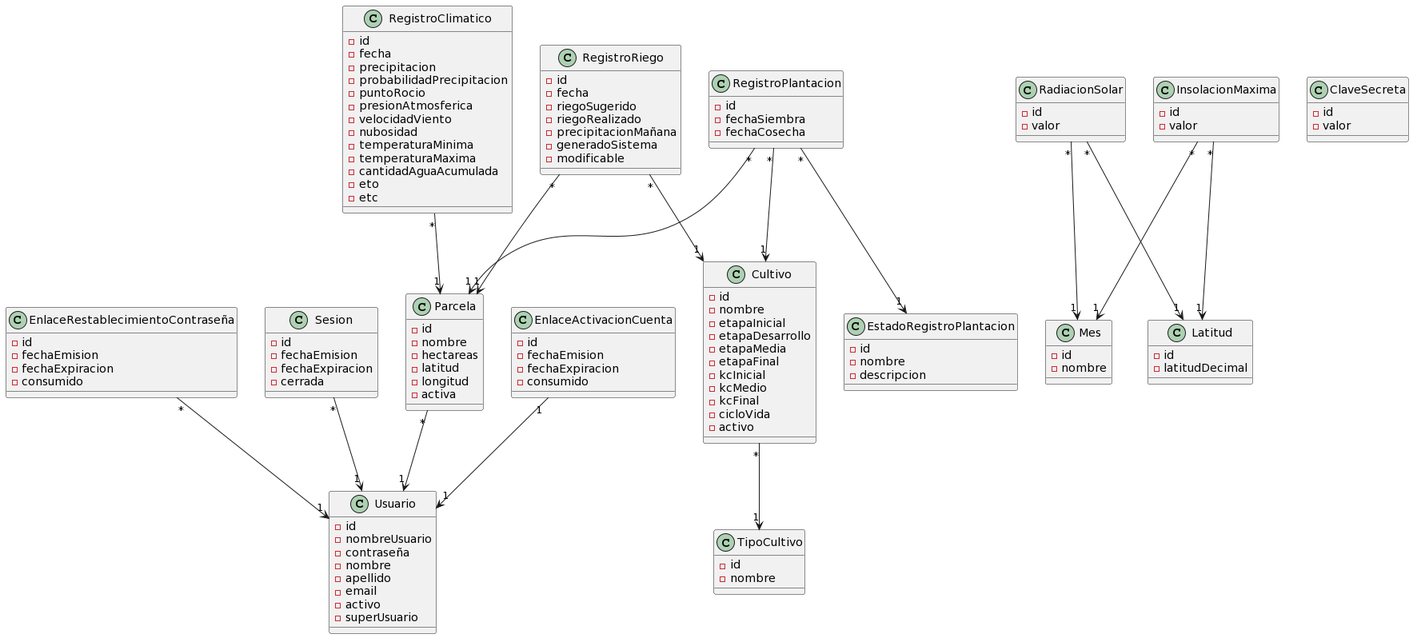
This is domain model/Modelo de dominio.png from facundopaez-dev/sistema-web-riego, a PlantUML export, as it was before one commit. Its diagram source:
```plantuml
@startuml
Parcela "*"-->"1" Usuario
RegistroClimatico "*"-->"1" Parcela
RegistroRiego "*"-->"1" Parcela
RegistroPlantacion "*"-->"1" Parcela
RegistroPlantacion "*"-->"1" Cultivo
RegistroPlantacion "*"-->"1" EstadoRegistroPlantacion
RadiacionSolar "*"-->"1" Mes
RadiacionSolar "*"-->"1" Latitud
InsolacionMaxima "*"-->"1" Mes
InsolacionMaxima "*"-->"1" Latitud
Cultivo "*"-->"1" TipoCultivo
EnlaceActivacionCuenta "1" --> "1" Usuario
EnlaceRestablecimientoContraseña "*" --> "1" Usuario
Sesion "*" --> "1" Usuario
RegistroRiego "*" --> "1" Cultivo

class Parcela {
-id
-nombre
-hectareas
-latitud
-longitud
-activa
}

class Cultivo {
-id
-nombre
-etapaInicial
-etapaDesarrollo
-etapaMedia
-etapaFinal
-kcInicial
-kcMedio
-kcFinal
-cicloVida
-activo
}

class TipoCultivo {
-id
-nombre
}

class RegistroClimatico {
-id
-fecha
-precipitacion
-probabilidadPrecipitacion
-puntoRocio
-presionAtmosferica
-velocidadViento
-nubosidad
-temperaturaMinima
-temperaturaMaxima
-cantidadAguaAcumulada
-eto
-etc
}

class RegistroPlantacion {
-id
-fechaSiembra
-fechaCosecha
}

class RegistroRiego {
-id
-fecha
-riegoSugerido
-riegoRealizado
-precipitacionMañana
-generadoSistema
-modificable
}

class Usuario {
-id
-nombreUsuario
-contraseña
-nombre
-apellido
-email
-activo
-superUsuario
}

class EstadoRegistroPlantacion {
-id
-nombre
-descripcion
}

class Mes {
-id
-nombre
}

class Latitud {
-id
-latitudDecimal
}

class RadiacionSolar {
-id
-valor
}

class InsolacionMaxima {
-id
-valor
}

class EnlaceActivacionCuenta {
-id
-fechaEmision
-fechaExpiracion
-consumido
}

class EnlaceRestablecimientoContraseña {
-id
-fechaEmision
-fechaExpiracion
-consumido
}

class Sesion {
-id
-fechaEmision
-fechaExpiracion
-cerrada
}

class ClaveSecreta {
-id
-valor
}
@enduml
```
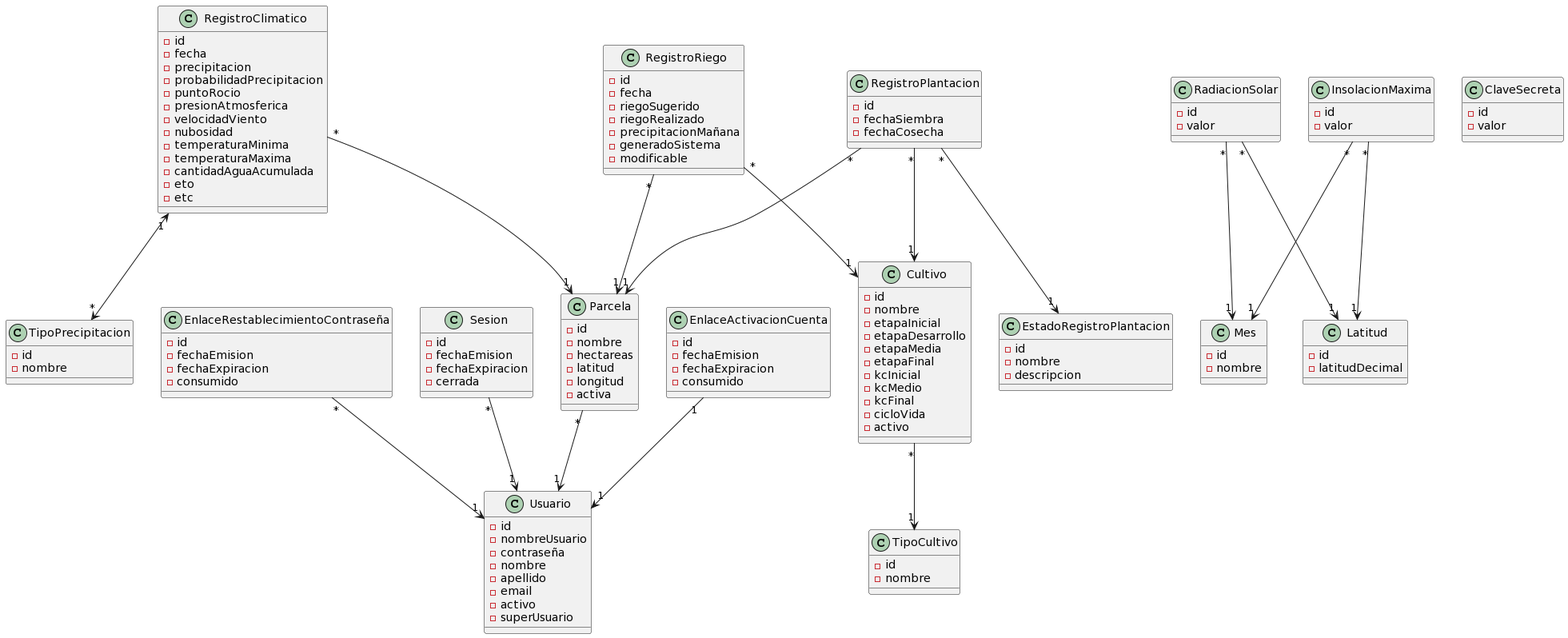
The same file after the commit.

What changed in the source:
```diff
@@ -1,6 +1,7 @@
 @startuml
 Parcela "*"-->"1" Usuario
 RegistroClimatico "*"-->"1" Parcela
+RegistroClimatico "1"<-->"*" TipoPrecipitacion
 RegistroRiego "*"-->"1" Parcela
 RegistroPlantacion "*"-->"1" Parcela
 RegistroPlantacion "*"-->"1" Cultivo
@@ -57,6 +58,11 @@
 -cantidadAguaAcumulada
 -eto
 -etc
+}
+
+class TipoPrecipitacion {
+-id
+-nombre
 }
 
 class RegistroPlantacion {
```
